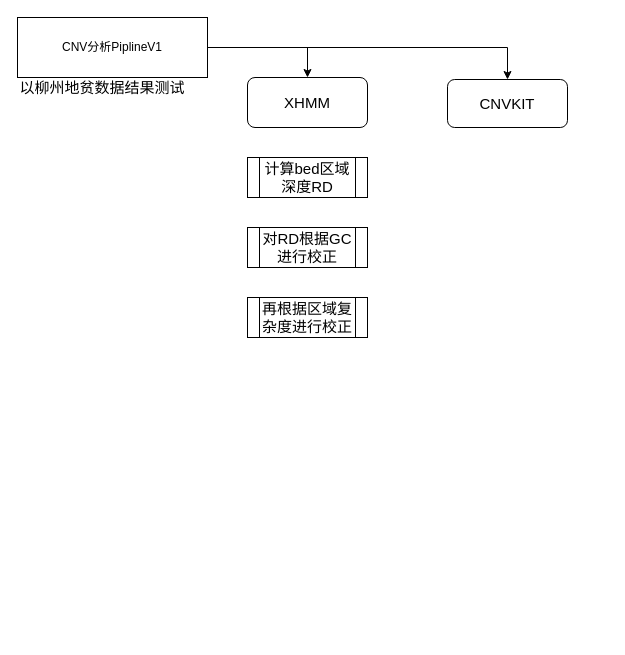
This is CNVanalyse_pipline_in_novoDiagram.drawio from kkshaxqd/pipline_contral, a draw.io file, before an edit. Source tidied: cells renumbered, new cells numbered last; positions are measured from the earlier drawing's top-left corner, leaving out a move shared by most shapes. Both pictures are drawn from the tidied source at 100%, with x=0, y=0 at pixel (17, 17).
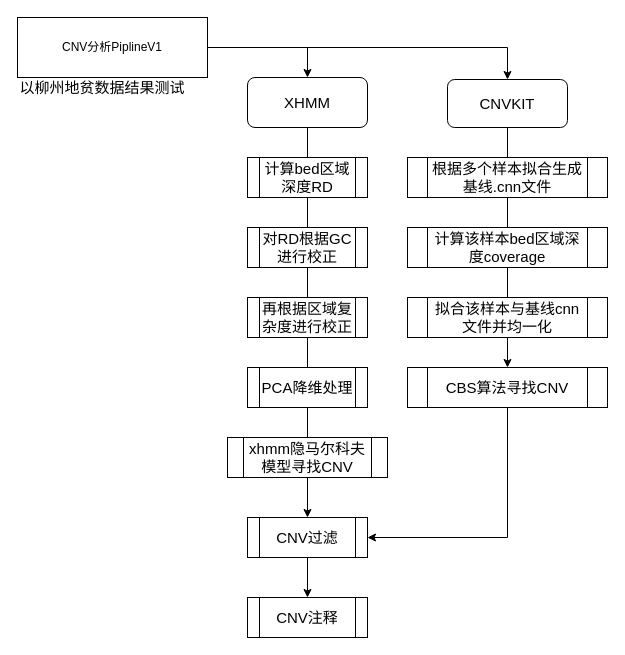
The same page after the edit.

Unchanged cells that the change refers to:
```xml
<mxCell id="6" value="XHMM" style="rounded=1;whiteSpace=wrap;html=1;fontSize=15;" parent="1" vertex="1">
  <mxGeometry x="230" y="60" width="120" height="50" as="geometry" />
</mxCell>
<mxCell id="7" value="CNVKIT" style="rounded=1;whiteSpace=wrap;html=1;fontSize=15;" parent="1" vertex="1">
  <mxGeometry x="430" y="62" width="120" height="48" as="geometry" />
</mxCell>
```

Diff of the diagram source:
```diff
@@
+    <mxCell id="11" style="edgeStyle=orthogonalEdgeStyle;rounded=0;jettySize=auto;html=1;exitX=0.5;exitY=1;exitDx=0;exitDy=0;entryX=0.5;entryY=0;entryDx=0;entryDy=0;" parent="1" edge="1" source="6" target="16">
+      <mxGeometry relative="1" as="geometry" />
+    </mxCell>
@@
+    <mxCell id="12" style="edgeStyle=orthogonalEdgeStyle;rounded=0;jettySize=auto;html=1;exitX=0.5;exitY=1;exitDx=0;exitDy=0;" parent="1" edge="1" source="7" target="21">
+      <mxGeometry relative="1" as="geometry" />
+    </mxCell>
@@
+    <mxCell id="13" value="PCA降维处理" style="shape=process;whiteSpace=wrap;html=1;backgroundOutline=1;fontSize=15;" parent="1" vertex="1">
+      <mxGeometry x="230" y="350" width="120" height="40" as="geometry" />
+    </mxCell>
+    <mxCell id="14" value="xhmm隐马尔科夫模型寻找CNV" style="shape=process;whiteSpace=wrap;html=1;backgroundOutline=1;fontSize=15;" parent="1" vertex="1">
+      <mxGeometry x="210" y="420" width="160" height="40" as="geometry" />
+    </mxCell>
+    <mxCell id="15" style="edgeStyle=orthogonalEdgeStyle;rounded=0;jettySize=auto;html=1;exitX=0.5;exitY=1;exitDx=0;exitDy=0;entryX=0.5;entryY=0;entryDx=0;entryDy=0;" parent="1" edge="1" source="16" target="22">
+      <mxGeometry relative="1" as="geometry" />
+    </mxCell>
+    <mxCell id="16" value="CNV过滤" style="shape=process;whiteSpace=wrap;html=1;backgroundOutline=1;fontSize=15;" parent="1" vertex="1">
+      <mxGeometry x="230" y="500" width="120" height="40" as="geometry" />
+    </mxCell>
+    <mxCell id="17" value="计算该样本bed区域深度coverage" style="shape=process;whiteSpace=wrap;html=1;backgroundOutline=1;fontSize=15;" parent="1" vertex="1">
+      <mxGeometry x="390" y="210" width="200" height="40" as="geometry" />
+    </mxCell>
+    <mxCell id="18" value="根据多个样本拟合生成基线.cnn文件" style="shape=process;whiteSpace=wrap;html=1;backgroundOutline=1;fontSize=15;" parent="1" vertex="1">
+      <mxGeometry x="390" y="140" width="200" height="40" as="geometry" />
+    </mxCell>
+    <mxCell id="19" value="拟合该样本与基线cnn文件并均一化" style="shape=process;whiteSpace=wrap;html=1;backgroundOutline=1;fontSize=15;" parent="1" vertex="1">
+      <mxGeometry x="390" y="280" width="200" height="40" as="geometry" />
+    </mxCell>
+    <mxCell id="20" style="edgeStyle=orthogonalEdgeStyle;rounded=0;jettySize=auto;html=1;exitX=0.5;exitY=1;exitDx=0;exitDy=0;entryX=1;entryY=0.5;entryDx=0;entryDy=0;" parent="1" edge="1" source="21" target="16">
+      <mxGeometry relative="1" as="geometry" />
+    </mxCell>
+    <mxCell id="21" value="CBS算法寻找CNV" style="shape=process;whiteSpace=wrap;html=1;backgroundOutline=1;fontSize=15;" parent="1" vertex="1">
+      <mxGeometry x="390" y="350" width="200" height="40" as="geometry" />
+    </mxCell>
+    <mxCell id="22" value="CNV注释" style="shape=process;whiteSpace=wrap;html=1;backgroundOutline=1;fontSize=15;" parent="1" vertex="1">
+      <mxGeometry x="230" y="580" width="120" height="40" as="geometry" />
+    </mxCell>
```
